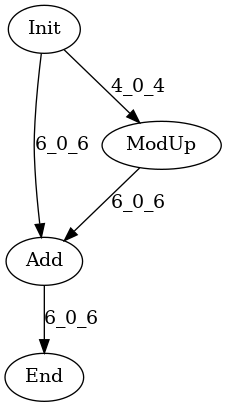
Before: data/graph_poly.dot.png, a diagram exported from Graphviz (hal-lab-u-tokyo/PolyFHE). Its source is kept beside it as data/graph_poly.dot.
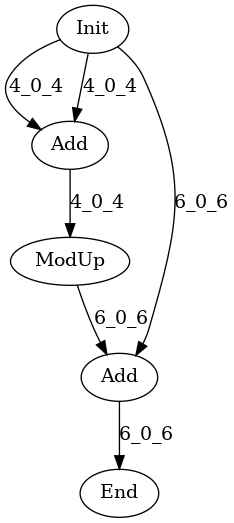
Later version of the same file.

Change to the diagram source:
```diff
@@ -1,9 +1,12 @@
 digraph G {
 Init[label="Init"];
+Add0[label="Add"];
 End[label="End"];
 Add[label="Add"];
 ModUp[label="ModUp"];
-Init -> ModUp[label="4_0_4"];
+Init -> Add0[label="4_0_4"];
+Init -> Add0[label="4_0_4"];
+Add0 -> ModUp[label="4_0_4"];
 Init -> Add[label="6_0_6"];
 ModUp -> Add[label="6_0_6"];
 Add -> End[label="6_0_6"];
```
